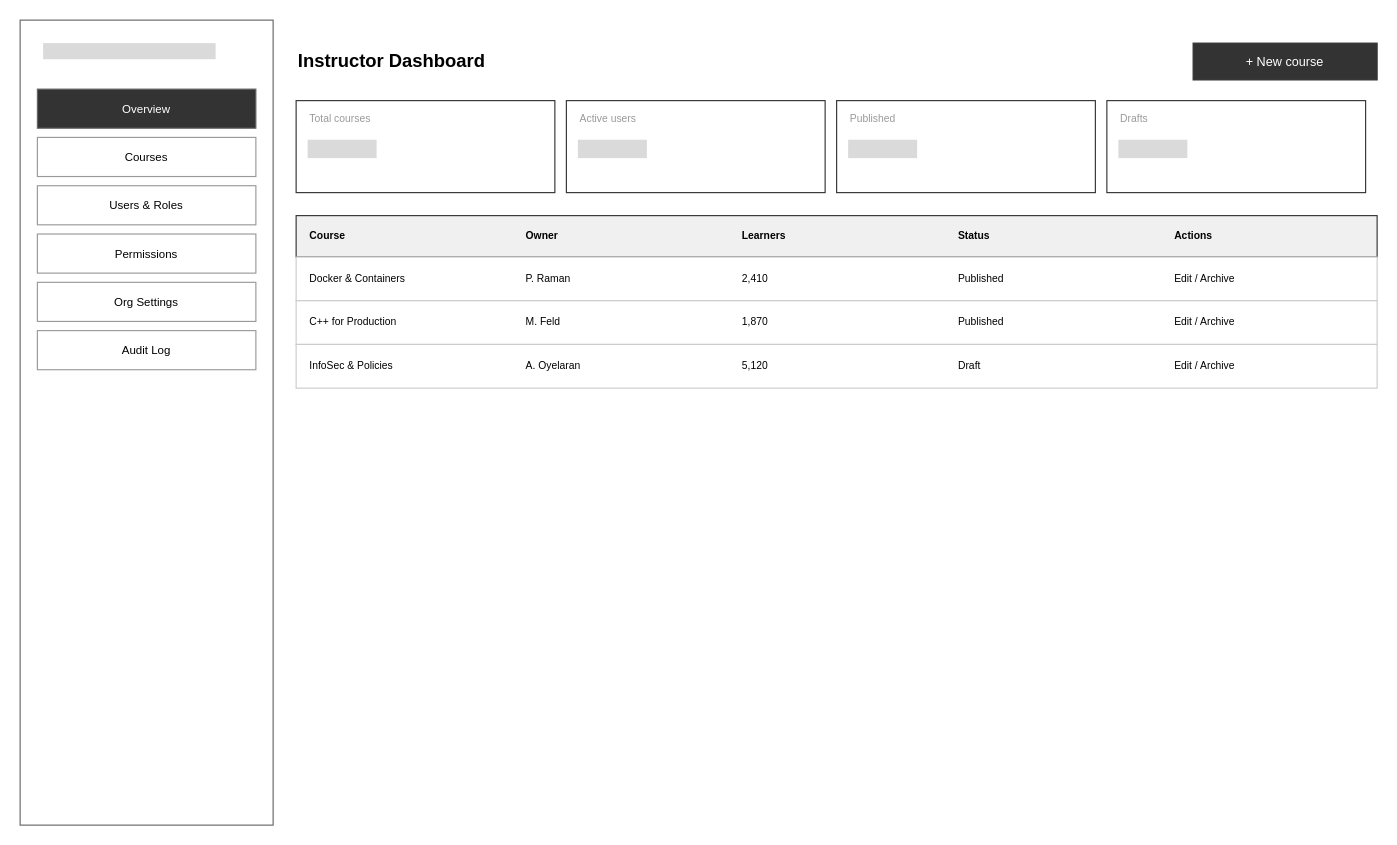
This is page "3 Instuctor Dashboard" (3 of 10) of docs/CourseWebsite_WireDiagram.drawio.xml from ShaniCodeBreaker/Coursify, a draw.io file, before an edit. Source tidied: cells renumbered, new cells numbered last; positions are measured from the earlier drawing's top-left corner, leaving out a move shared by most shapes. Both pictures are drawn from the tidied source at 115%, with x=0, y=0 at pixel (20, 20).
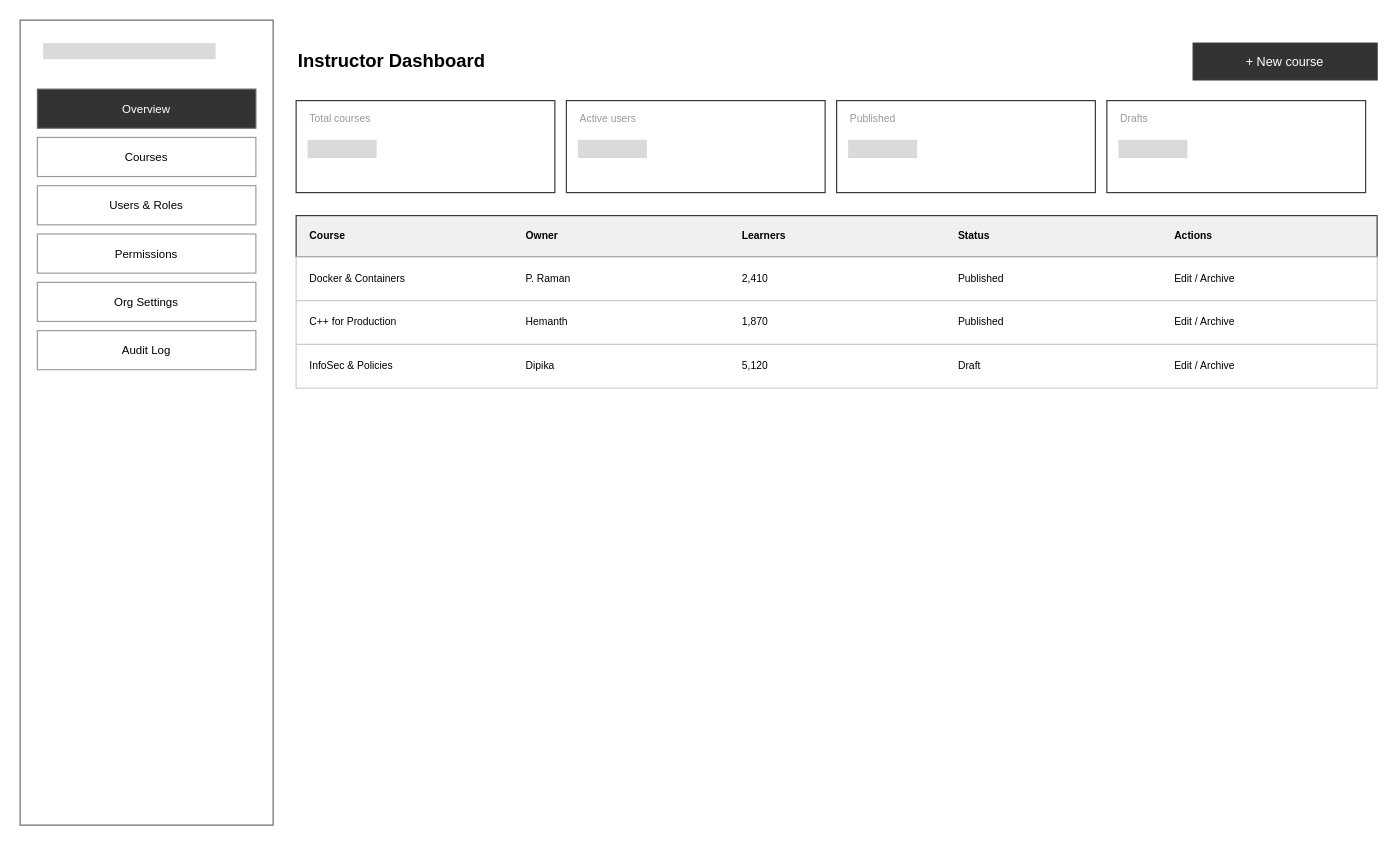
After the change.

What changed in the source:
```diff
@@
-    <mxCell id="38" value="M. Feld" style="text;html=1;fillColor=none;strokeColor=none;fontSize=12;fontStyle=1;align=left;verticalAlign=middle;fontSize=9;fontStyle=0;" parent="1" vertex="1">
+    <mxCell id="38" value="Hemanth" style="text;html=1;fillColor=none;strokeColor=none;fontSize=12;fontStyle=1;align=left;verticalAlign=middle;fontSize=9;fontStyle=0;" parent="1" vertex="1">
       <mxGeometry x="438" y="253" width="168" height="20" as="geometry" />
     </mxCell>
@@
-    <mxCell id="44" value="A. Oyelaran" style="text;html=1;fillColor=none;strokeColor=none;fontSize=12;fontStyle=1;align=left;verticalAlign=middle;fontSize=9;fontStyle=0;" parent="1" vertex="1">
+    <mxCell id="44" value="Dipika" style="text;html=1;fillColor=none;strokeColor=none;fontSize=12;fontStyle=1;align=left;verticalAlign=middle;fontSize=9;fontStyle=0;" parent="1" vertex="1">
       <mxGeometry x="438" y="291" width="168" height="20" as="geometry" />
     </mxCell>
```
